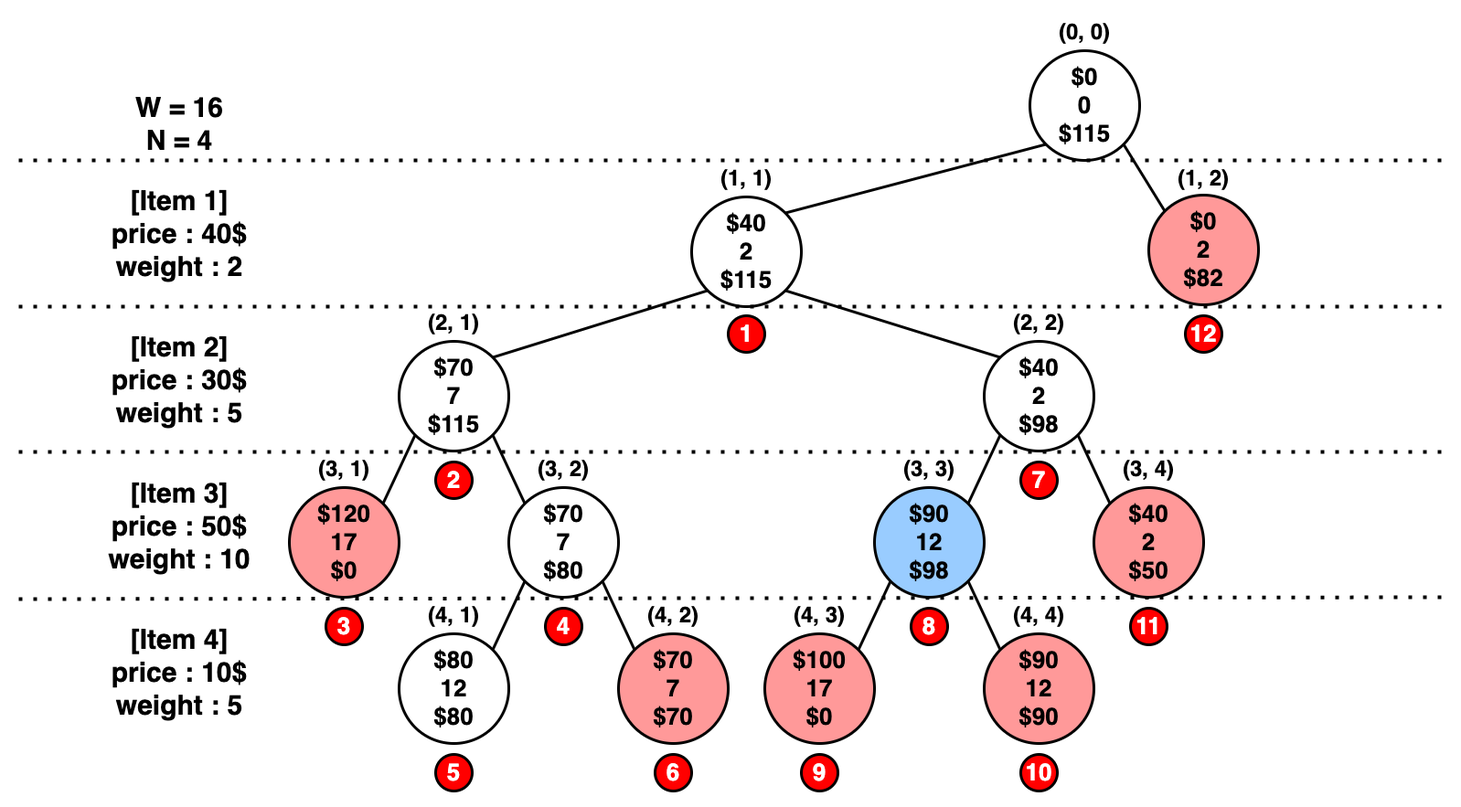
Earlier version of the draw.io export static/image/Algorithm/knapsackBacktracking.png (JS970/JS970.github.io). Source tidied: cells renumbered, new cells last; positions are measured from the earlier drawing's top-left corner, leaving out a move shared by most shapes. Source of this version:
```xml
<mxGraphModel math="1">
  <root>
    <mxCell id="0" />
    <mxCell id="1" parent="0" />
    <mxCell id="2" style="rounded=0;jettySize=auto;html=1;exitX=0;exitY=1;exitDx=0;exitDy=0;entryX=1;entryY=0;entryDx=0;entryDy=0;endArrow=none;endFill=0;strokeWidth=3;" parent="1" edge="1" source="4" target="6">
      <mxGeometry relative="1" as="geometry" />
    </mxCell>
    <mxCell id="3" style="rounded=0;jettySize=auto;html=1;exitX=1;exitY=1;exitDx=0;exitDy=0;entryX=0;entryY=0;entryDx=0;entryDy=0;strokeWidth=3;endArrow=none;endFill=0;" parent="1" edge="1" source="4" target="7">
      <mxGeometry relative="1" as="geometry" />
    </mxCell>
    <mxCell id="4" value="$0&lt;br&gt;0&lt;br&gt;$115" style="ellipse;whiteSpace=wrap;html=1;fontSize=26;fontStyle=1;strokeWidth=3;" parent="1" vertex="1">
      <mxGeometry x="1110" y="40" width="120" height="120" as="geometry" />
    </mxCell>
    <mxCell id="5" value="(0, 0)" style="text;html=1;strokeColor=none;fillColor=none;align=center;verticalAlign=middle;whiteSpace=wrap;rounded=0;fontStyle=1;fontSize=24;" parent="1" vertex="1">
      <mxGeometry x="1110" width="120" height="40" as="geometry" />
    </mxCell>
    <mxCell id="6" value="$40&lt;br&gt;2&lt;br&gt;$115" style="ellipse;whiteSpace=wrap;html=1;fontSize=26;fontStyle=1;strokeWidth=3;" parent="1" vertex="1">
      <mxGeometry x="740" y="200" width="120" height="120" as="geometry" />
    </mxCell>
    <mxCell id="7" value="$0&lt;br&gt;2&lt;br&gt;$82" style="ellipse;whiteSpace=wrap;html=1;fontSize=26;fontStyle=1;strokeWidth=3;fillColor=#FF9999;" parent="1" vertex="1">
      <mxGeometry x="1240" y="198" width="120" height="120" as="geometry" />
    </mxCell>
    <mxCell id="8" value="(1, 1)" style="text;html=1;strokeColor=none;fillColor=none;align=center;verticalAlign=middle;whiteSpace=wrap;rounded=0;fontStyle=1;fontSize=24;" parent="1" vertex="1">
      <mxGeometry x="740" y="160" width="120" height="40" as="geometry" />
    </mxCell>
    <mxCell id="9" value="(1, 2)" style="text;html=1;strokeColor=none;fillColor=none;align=center;verticalAlign=middle;whiteSpace=wrap;rounded=0;fontStyle=1;fontSize=24;" parent="1" vertex="1">
      <mxGeometry x="1240" y="160" width="120" height="40" as="geometry" />
    </mxCell>
    <mxCell id="10" style="rounded=0;jettySize=auto;html=1;exitX=0;exitY=1;exitDx=0;exitDy=0;entryX=1;entryY=0;entryDx=0;entryDy=0;endArrow=none;endFill=0;strokeWidth=3;" parent="1" edge="1" source="6" target="12">
      <mxGeometry relative="1" as="geometry" />
    </mxCell>
    <mxCell id="11" style="rounded=0;jettySize=auto;html=1;exitX=1;exitY=1;exitDx=0;exitDy=0;entryX=0;entryY=0;entryDx=0;entryDy=0;strokeWidth=3;endArrow=none;endFill=0;" parent="1" edge="1" source="6" target="13">
      <mxGeometry relative="1" as="geometry" />
    </mxCell>
    <mxCell id="12" value="$70&lt;br&gt;7&lt;br&gt;$115" style="ellipse;whiteSpace=wrap;html=1;fontSize=26;fontStyle=1;strokeWidth=3;" parent="1" vertex="1">
      <mxGeometry x="420" y="358" width="120" height="120" as="geometry" />
    </mxCell>
    <mxCell id="13" value="$40&lt;br&gt;2&lt;br&gt;$98" style="ellipse;whiteSpace=wrap;html=1;fontSize=26;fontStyle=1;strokeWidth=3;" parent="1" vertex="1">
      <mxGeometry x="1060" y="358" width="120" height="120" as="geometry" />
    </mxCell>
    <mxCell id="14" value="(2, 1)" style="text;html=1;strokeColor=none;fillColor=none;align=center;verticalAlign=middle;whiteSpace=wrap;rounded=0;fontStyle=1;fontSize=24;" parent="1" vertex="1">
      <mxGeometry x="420" y="318" width="120" height="40" as="geometry" />
    </mxCell>
    <mxCell id="15" value="(2, 2)" style="text;html=1;strokeColor=none;fillColor=none;align=center;verticalAlign=middle;whiteSpace=wrap;rounded=0;fontStyle=1;fontSize=24;" parent="1" vertex="1">
      <mxGeometry x="1060" y="318" width="120" height="40" as="geometry" />
    </mxCell>
    <mxCell id="16" style="rounded=0;jettySize=auto;html=1;exitX=0;exitY=1;exitDx=0;exitDy=0;entryX=1;entryY=0;entryDx=0;entryDy=0;endArrow=none;endFill=0;strokeWidth=3;" parent="1" edge="1" source="12" target="18">
      <mxGeometry relative="1" as="geometry" />
    </mxCell>
    <mxCell id="17" style="rounded=0;jettySize=auto;html=1;exitX=1;exitY=1;exitDx=0;exitDy=0;entryX=0;entryY=0;entryDx=0;entryDy=0;strokeWidth=3;endArrow=none;endFill=0;" parent="1" edge="1" source="12" target="19">
      <mxGeometry relative="1" as="geometry" />
    </mxCell>
    <mxCell id="18" value="$120&lt;br&gt;17&lt;br&gt;$0" style="ellipse;whiteSpace=wrap;html=1;fontSize=26;fontStyle=1;strokeWidth=3;fillColor=#FF9999;gradientColor=none;" parent="1" vertex="1">
      <mxGeometry x="300" y="518" width="120" height="120" as="geometry" />
    </mxCell>
    <mxCell id="19" value="$70&lt;br&gt;7&lt;br&gt;$80" style="ellipse;whiteSpace=wrap;html=1;fontSize=26;fontStyle=1;strokeWidth=3;" parent="1" vertex="1">
      <mxGeometry x="540" y="518" width="120" height="120" as="geometry" />
    </mxCell>
    <mxCell id="20" value="(3, 1)" style="text;html=1;strokeColor=none;fillColor=none;align=center;verticalAlign=middle;whiteSpace=wrap;rounded=0;fontStyle=1;fontSize=24;" parent="1" vertex="1">
      <mxGeometry x="300" y="478" width="120" height="40" as="geometry" />
    </mxCell>
    <mxCell id="21" value="(3, 2)" style="text;html=1;strokeColor=none;fillColor=none;align=center;verticalAlign=middle;whiteSpace=wrap;rounded=0;fontStyle=1;fontSize=24;" parent="1" vertex="1">
      <mxGeometry x="540" y="478" width="120" height="40" as="geometry" />
    </mxCell>
    <mxCell id="22" style="rounded=0;jettySize=auto;html=1;exitX=0;exitY=1;exitDx=0;exitDy=0;entryX=1;entryY=0;entryDx=0;entryDy=0;endArrow=none;endFill=0;strokeWidth=3;" parent="1" edge="1" source="19" target="24">
      <mxGeometry relative="1" as="geometry" />
    </mxCell>
    <mxCell id="23" style="rounded=0;jettySize=auto;html=1;exitX=1;exitY=1;exitDx=0;exitDy=0;entryX=0;entryY=0;entryDx=0;entryDy=0;strokeWidth=3;endArrow=none;endFill=0;" parent="1" edge="1" source="19" target="25">
      <mxGeometry relative="1" as="geometry" />
    </mxCell>
    <mxCell id="24" value="$80&lt;br&gt;12&lt;br&gt;$80" style="ellipse;whiteSpace=wrap;html=1;fontSize=26;fontStyle=1;strokeWidth=3;" parent="1" vertex="1">
      <mxGeometry x="420" y="678" width="120" height="120" as="geometry" />
    </mxCell>
    <mxCell id="25" value="$70&lt;br&gt;7&lt;br&gt;$70" style="ellipse;whiteSpace=wrap;html=1;fontSize=26;fontStyle=1;strokeWidth=3;fillColor=#FF9999;" parent="1" vertex="1">
      <mxGeometry x="660" y="678" width="120" height="120" as="geometry" />
    </mxCell>
    <mxCell id="26" value="(4, 1)" style="text;html=1;strokeColor=none;fillColor=none;align=center;verticalAlign=middle;whiteSpace=wrap;rounded=0;fontStyle=1;fontSize=24;" parent="1" vertex="1">
      <mxGeometry x="420" y="638" width="120" height="40" as="geometry" />
    </mxCell>
    <mxCell id="27" value="(4, 2)" style="text;html=1;strokeColor=none;fillColor=none;align=center;verticalAlign=middle;whiteSpace=wrap;rounded=0;fontStyle=1;fontSize=24;" parent="1" vertex="1">
      <mxGeometry x="660" y="638" width="120" height="40" as="geometry" />
    </mxCell>
    <mxCell id="28" style="rounded=0;jettySize=auto;html=1;exitX=0;exitY=1;exitDx=0;exitDy=0;entryX=1;entryY=0;entryDx=0;entryDy=0;endArrow=none;endFill=0;strokeWidth=3;" parent="1" edge="1" source="13" target="30">
      <mxGeometry relative="1" as="geometry" />
    </mxCell>
    <mxCell id="29" style="rounded=0;jettySize=auto;html=1;exitX=1;exitY=1;exitDx=0;exitDy=0;entryX=0;entryY=0;entryDx=0;entryDy=0;strokeWidth=3;endArrow=none;endFill=0;" parent="1" edge="1" source="13" target="31">
      <mxGeometry relative="1" as="geometry" />
    </mxCell>
    <mxCell id="30" value="$90&lt;br&gt;12&lt;br&gt;$98" style="ellipse;whiteSpace=wrap;html=1;fontSize=26;fontStyle=1;strokeWidth=3;fillColor=#99CCFF;" parent="1" vertex="1">
      <mxGeometry x="940" y="518" width="120" height="120" as="geometry" />
    </mxCell>
    <mxCell id="31" value="$40&lt;br&gt;2&lt;br&gt;$50" style="ellipse;whiteSpace=wrap;html=1;fontSize=26;fontStyle=1;strokeWidth=3;fillColor=#FF9999;" parent="1" vertex="1">
      <mxGeometry x="1180" y="518" width="120" height="120" as="geometry" />
    </mxCell>
    <mxCell id="32" value="(3, 3)" style="text;html=1;strokeColor=none;fillColor=none;align=center;verticalAlign=middle;whiteSpace=wrap;rounded=0;fontStyle=1;fontSize=24;" parent="1" vertex="1">
      <mxGeometry x="940" y="478" width="120" height="40" as="geometry" />
    </mxCell>
    <mxCell id="33" value="(3, 4)" style="text;html=1;strokeColor=none;fillColor=none;align=center;verticalAlign=middle;whiteSpace=wrap;rounded=0;fontStyle=1;fontSize=24;" parent="1" vertex="1">
      <mxGeometry x="1180" y="478" width="120" height="40" as="geometry" />
    </mxCell>
    <mxCell id="34" style="rounded=0;jettySize=auto;html=1;exitX=0;exitY=1;exitDx=0;exitDy=0;entryX=1;entryY=0;entryDx=0;entryDy=0;endArrow=none;endFill=0;strokeWidth=3;" parent="1" edge="1" source="30" target="36">
      <mxGeometry relative="1" as="geometry" />
    </mxCell>
    <mxCell id="35" style="rounded=0;jettySize=auto;html=1;exitX=1;exitY=1;exitDx=0;exitDy=0;entryX=0;entryY=0;entryDx=0;entryDy=0;strokeWidth=3;endArrow=none;endFill=0;" parent="1" edge="1" source="30" target="37">
      <mxGeometry relative="1" as="geometry" />
    </mxCell>
    <mxCell id="36" value="$100&lt;br&gt;17&lt;br&gt;$0" style="ellipse;whiteSpace=wrap;html=1;fontSize=26;fontStyle=1;strokeWidth=3;fillColor=#FF9999;" parent="1" vertex="1">
      <mxGeometry x="820" y="678" width="120" height="120" as="geometry" />
    </mxCell>
    <mxCell id="37" value="$90&lt;br&gt;12&lt;br&gt;$90" style="ellipse;whiteSpace=wrap;html=1;fontSize=26;fontStyle=1;strokeWidth=3;fillColor=#FF9999;" parent="1" vertex="1">
      <mxGeometry x="1060" y="678" width="120" height="120" as="geometry" />
    </mxCell>
    <mxCell id="38" value="(4, 3)" style="text;html=1;strokeColor=none;fillColor=none;align=center;verticalAlign=middle;whiteSpace=wrap;rounded=0;fontStyle=1;fontSize=24;" parent="1" vertex="1">
      <mxGeometry x="820" y="638" width="120" height="40" as="geometry" />
    </mxCell>
    <mxCell id="39" value="(4, 4)" style="text;html=1;strokeColor=none;fillColor=none;align=center;verticalAlign=middle;whiteSpace=wrap;rounded=0;fontStyle=1;fontSize=24;" parent="1" vertex="1">
      <mxGeometry x="1060" y="638" width="120" height="40" as="geometry" />
    </mxCell>
    <mxCell id="40" style="endArrow=none;dashed=1;html=1;dashPattern=1 3;strokeWidth=4;rounded=0;strokeColor=#000000;" parent="1" edge="1">
      <mxGeometry relative="1" as="geometry">
        <mxPoint x="1560" y="160" as="sourcePoint" />
        <mxPoint y="160" as="targetPoint" />
      </mxGeometry>
    </mxCell>
    <mxCell id="41" style="endArrow=none;dashed=1;html=1;dashPattern=1 3;strokeWidth=4;rounded=0;strokeColor=#000000;" parent="1" edge="1">
      <mxGeometry relative="1" as="geometry">
        <mxPoint x="1560" y="320" as="sourcePoint" />
        <mxPoint y="320" as="targetPoint" />
      </mxGeometry>
    </mxCell>
    <mxCell id="42" style="endArrow=none;dashed=1;html=1;dashPattern=1 3;strokeWidth=4;rounded=0;strokeColor=#000000;" parent="1" edge="1">
      <mxGeometry relative="1" as="geometry">
        <mxPoint x="1560" y="479" as="sourcePoint" />
        <mxPoint y="479" as="targetPoint" />
      </mxGeometry>
    </mxCell>
    <mxCell id="43" style="endArrow=none;dashed=1;html=1;dashPattern=1 3;strokeWidth=4;rounded=0;strokeColor=#000000;" parent="1" edge="1">
      <mxGeometry relative="1" as="geometry">
        <mxPoint x="1560" y="638" as="sourcePoint" />
        <mxPoint y="640" as="targetPoint" />
      </mxGeometry>
    </mxCell>
    <mxCell id="44" value="[Item 1]&lt;br style=&quot;font-size: 30px;&quot;&gt;price : 40$&lt;br style=&quot;font-size: 30px;&quot;&gt;weight : 2" style="text;html=1;strokeColor=none;fillColor=none;align=center;verticalAlign=middle;whiteSpace=wrap;rounded=0;fontStyle=1;fontSize=30;" parent="1" vertex="1">
      <mxGeometry x="80" y="200" width="200" height="80" as="geometry" />
    </mxCell>
    <mxCell id="45" value="[Item 2]&lt;br style=&quot;font-size: 30px;&quot;&gt;price : 30$&lt;br style=&quot;font-size: 30px;&quot;&gt;weight : 5" style="text;html=1;strokeColor=none;fillColor=none;align=center;verticalAlign=middle;whiteSpace=wrap;rounded=0;fontStyle=1;fontSize=30;" parent="1" vertex="1">
      <mxGeometry x="80" y="360" width="200" height="80" as="geometry" />
    </mxCell>
    <mxCell id="46" value="[Item 3]&lt;br style=&quot;font-size: 30px;&quot;&gt;price : 50$&lt;br style=&quot;font-size: 30px;&quot;&gt;weight : 10" style="text;html=1;strokeColor=none;fillColor=none;align=center;verticalAlign=middle;whiteSpace=wrap;rounded=0;fontStyle=1;fontSize=30;" parent="1" vertex="1">
      <mxGeometry x="80" y="520" width="200" height="80" as="geometry" />
    </mxCell>
    <mxCell id="47" value="[Item 4]&lt;br style=&quot;font-size: 30px;&quot;&gt;price : 10$&lt;br style=&quot;font-size: 30px;&quot;&gt;weight : 5" style="text;html=1;strokeColor=none;fillColor=none;align=center;verticalAlign=middle;whiteSpace=wrap;rounded=0;fontStyle=1;fontSize=30;" parent="1" vertex="1">
      <mxGeometry x="80" y="680" width="200" height="80" as="geometry" />
    </mxCell>
    <mxCell id="48" value="W = 16&lt;br&gt;N = 4" style="text;html=1;strokeColor=none;fillColor=none;align=center;verticalAlign=middle;whiteSpace=wrap;rounded=0;fontStyle=1;fontSize=30;" parent="1" vertex="1">
      <mxGeometry x="80" y="80" width="200" height="80" as="geometry" />
    </mxCell>
    <mxCell id="49" value="2" style="ellipse;whiteSpace=wrap;html=1;fontSize=26;fontStyle=1;strokeWidth=3;fillColor=#FF0000;fontColor=#FFFFFF;" parent="1" vertex="1">
      <mxGeometry x="460" y="490" width="40" height="40" as="geometry" />
    </mxCell>
    <mxCell id="50" value="7" style="ellipse;whiteSpace=wrap;html=1;fontSize=26;fontStyle=1;strokeWidth=3;fillColor=#FF0000;fontColor=#FFFFFF;" parent="1" vertex="1">
      <mxGeometry x="1100" y="490" width="40" height="40" as="geometry" />
    </mxCell>
    <mxCell id="51" value="6" style="ellipse;whiteSpace=wrap;html=1;fontSize=26;fontStyle=1;strokeWidth=3;fillColor=#FF0000;fontColor=#FFFFFF;" parent="1" vertex="1">
      <mxGeometry x="700" y="810" width="40" height="40" as="geometry" />
    </mxCell>
    <mxCell id="52" value="8" style="ellipse;whiteSpace=wrap;html=1;fontSize=26;fontStyle=1;strokeWidth=3;fillColor=#FF0000;fontColor=#FFFFFF;" parent="1" vertex="1">
      <mxGeometry x="980" y="650" width="40" height="40" as="geometry" />
    </mxCell>
    <mxCell id="53" value="4" style="ellipse;whiteSpace=wrap;html=1;fontSize=26;fontStyle=1;strokeWidth=3;fillColor=#FF0000;fontColor=#FFFFFF;" parent="1" vertex="1">
      <mxGeometry x="580" y="650" width="40" height="40" as="geometry" />
    </mxCell>
    <mxCell id="54" value="3" style="ellipse;whiteSpace=wrap;html=1;fontSize=26;fontStyle=1;strokeWidth=3;fillColor=#FF0000;fontColor=#FFFFFF;" parent="1" vertex="1">
      <mxGeometry x="340" y="650" width="40" height="40" as="geometry" />
    </mxCell>
    <mxCell id="55" value="5" style="ellipse;whiteSpace=wrap;html=1;fontSize=26;fontStyle=1;strokeWidth=3;fillColor=#FF0000;fontColor=#FFFFFF;" parent="1" vertex="1">
      <mxGeometry x="460" y="810" width="40" height="40" as="geometry" />
    </mxCell>
    <mxCell id="56" value="1" style="ellipse;whiteSpace=wrap;html=1;fontSize=26;fontStyle=1;strokeWidth=3;fillColor=#FF0000;fontColor=#FFFFFF;" parent="1" vertex="1">
      <mxGeometry x="780" y="330" width="40" height="40" as="geometry" />
    </mxCell>
    <mxCell id="57" value="9" style="ellipse;whiteSpace=wrap;html=1;fontSize=26;fontStyle=1;strokeWidth=3;fillColor=#FF0000;fontColor=#FFFFFF;" parent="1" vertex="1">
      <mxGeometry x="860" y="810" width="40" height="40" as="geometry" />
    </mxCell>
    <mxCell id="58" value="10" style="ellipse;whiteSpace=wrap;html=1;fontSize=26;fontStyle=1;strokeWidth=3;fillColor=#FF0000;fontColor=#FFFFFF;" parent="1" vertex="1">
      <mxGeometry x="1100" y="810" width="40" height="40" as="geometry" />
    </mxCell>
    <mxCell id="59" value="11" style="ellipse;whiteSpace=wrap;html=1;fontSize=26;fontStyle=1;strokeWidth=3;fillColor=#FF0000;fontColor=#FFFFFF;" parent="1" vertex="1">
      <mxGeometry x="1220" y="650" width="40" height="40" as="geometry" />
    </mxCell>
    <mxCell id="60" value="12" style="ellipse;whiteSpace=wrap;html=1;fontSize=26;fontStyle=1;strokeWidth=3;fillColor=#FF0000;fontColor=#FFFFFF;" parent="1" vertex="1">
      <mxGeometry x="1280" y="330" width="40" height="40" as="geometry" />
    </mxCell>
  </root>
</mxGraphModel>
```
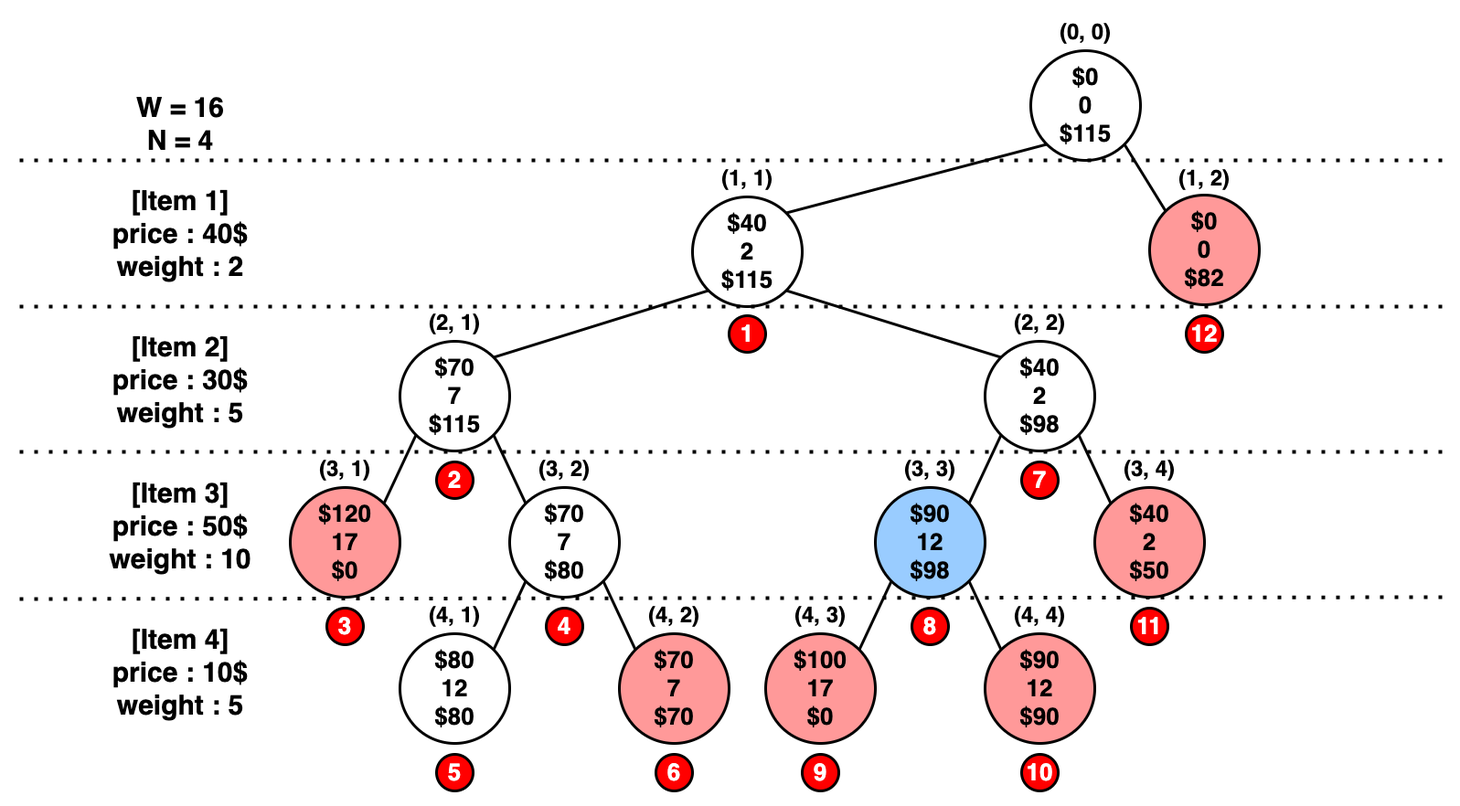
The same diagram one commit later.

What changed in the source:
```diff
@@ -17,7 +17,7 @@
     <mxCell id="6" value="$40&lt;br&gt;2&lt;br&gt;$115" style="ellipse;whiteSpace=wrap;html=1;fontSize=26;fontStyle=1;strokeWidth=3;" parent="1" vertex="1">
       <mxGeometry x="740" y="200" width="120" height="120" as="geometry" />
     </mxCell>
-    <mxCell id="7" value="$0&lt;br&gt;2&lt;br&gt;$82" style="ellipse;whiteSpace=wrap;html=1;fontSize=26;fontStyle=1;strokeWidth=3;fillColor=#FF9999;" parent="1" vertex="1">
+    <mxCell id="7" value="$0&lt;br&gt;0&lt;br&gt;$82" style="ellipse;whiteSpace=wrap;html=1;fontSize=26;fontStyle=1;strokeWidth=3;fillColor=#FF9999;" parent="1" vertex="1">
       <mxGeometry x="1240" y="198" width="120" height="120" as="geometry" />
     </mxCell>
     <mxCell id="8" value="(1, 1)" style="text;html=1;strokeColor=none;fillColor=none;align=center;verticalAlign=middle;whiteSpace=wrap;rounded=0;fontStyle=1;fontSize=24;" parent="1" vertex="1">
```
